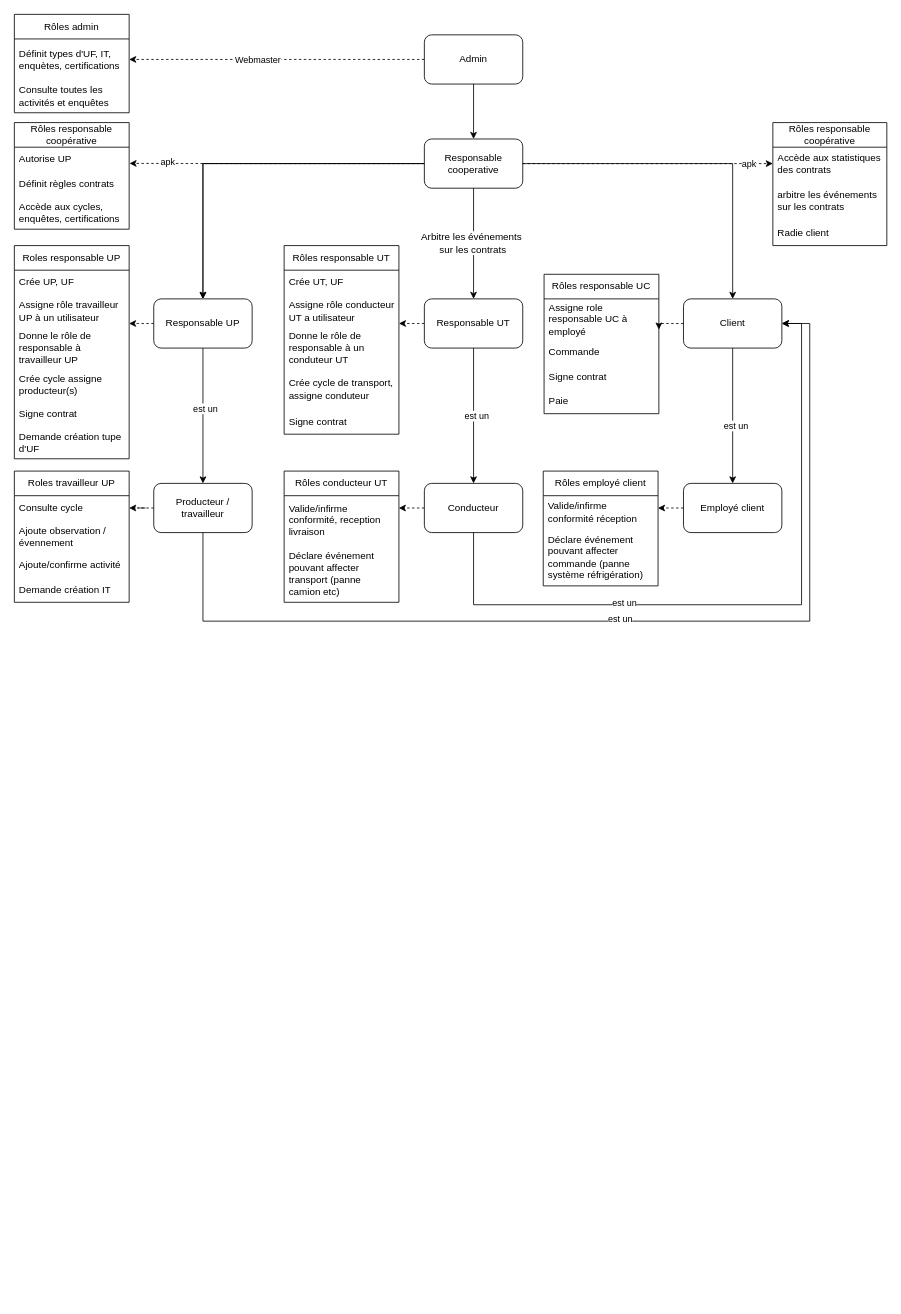
Above: Roles.drawio in agroecomakers/Diagrammes-miCampo (draw.io), before the change. Source tidied: cells renumbered, new cells numbered last; positions are measured from the earlier drawing's top-left corner, leaving out a move shared by most shapes. Both pictures are drawn from the tidied source at 82%, with x=0, y=0 at pixel (14, 14).
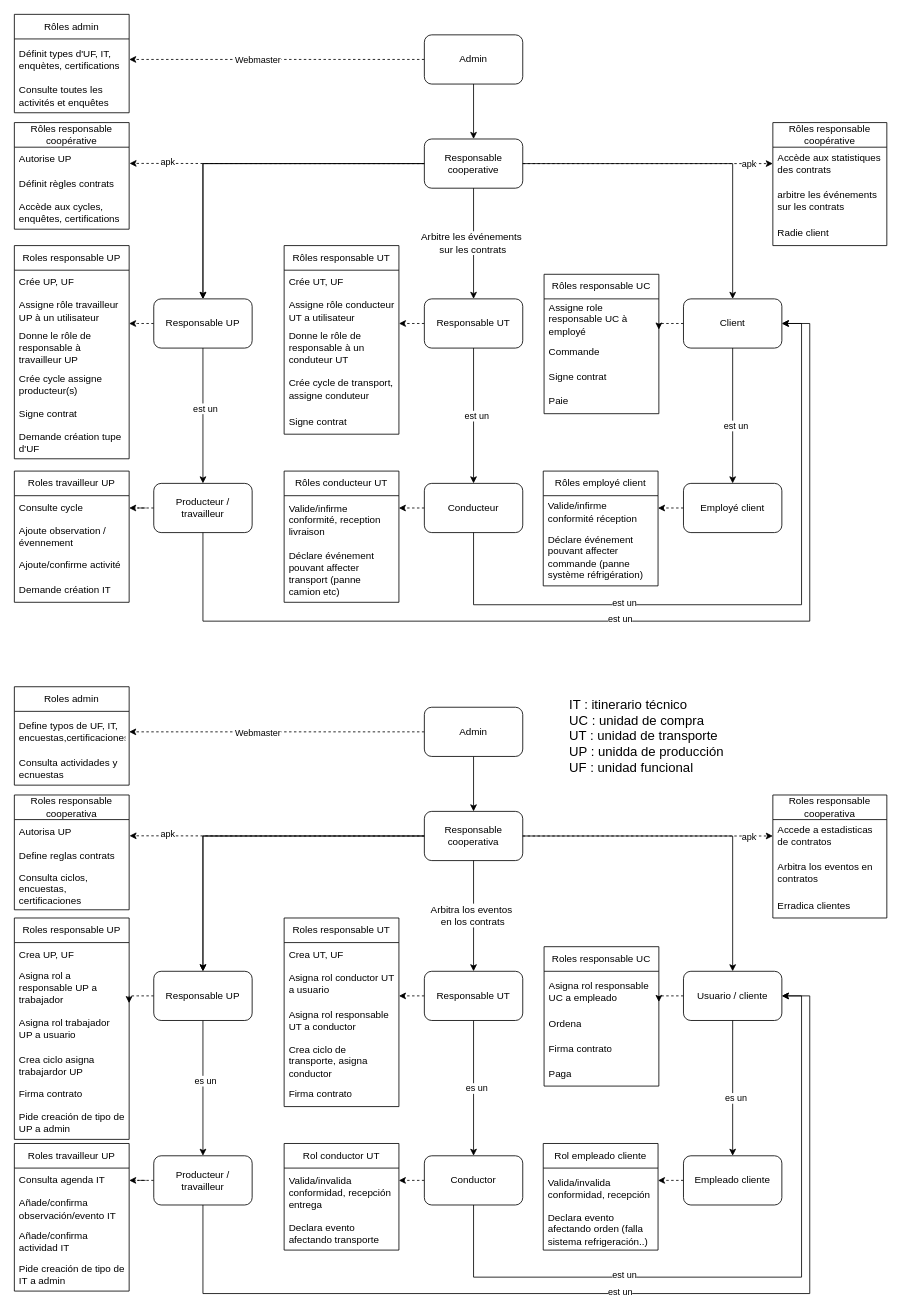
After the change.

Commit message (it also covers changes not shown here):
Mettre à jour Roles.drawio

The edit, as a diff of the source:
```diff
@@
+    <mxCell id="78" style="edgeStyle=orthogonalEdgeStyle;rounded=0;jettySize=auto;html=1;" parent="1" edge="1" source="81" target="85">
+      <mxGeometry relative="1" as="geometry" />
+    </mxCell>
+    <mxCell id="79" style="edgeStyle=orthogonalEdgeStyle;rounded=0;jettySize=auto;html=1;entryX=1;entryY=0.5;entryDx=0;entryDy=0;dashed=1;" parent="1" edge="1" source="81" target="129">
+      <mxGeometry relative="1" as="geometry" />
+    </mxCell>
+    <mxCell id="80" value="Webmaster" style="edgeLabel;html=1;align=center;verticalAlign=middle;" parent="79" vertex="1">
+      <mxGeometry x="0.14" y="5" relative="1" as="geometry">
+        <mxPoint x="1" y="-5" as="offset" />
+      </mxGeometry>
+    </mxCell>
+    <mxCell id="81" value="Admin" style="rounded=1;whiteSpace=wrap;html=1;" parent="1" vertex="1">
+      <mxGeometry x="500" y="845" width="120" height="60" as="geometry" />
+    </mxCell>
+    <mxCell id="82" style="edgeStyle=orthogonalEdgeStyle;rounded=0;jettySize=auto;html=1;dashed=1;entryX=1.003;entryY=0.659;entryDx=0;entryDy=0;entryPerimeter=0;" parent="1" edge="1" source="85" target="125">
+      <mxGeometry relative="1" as="geometry" />
+    </mxCell>
+    <mxCell id="83" value="apk" style="edgeLabel;html=1;align=center;verticalAlign=middle;" parent="82" vertex="1">
+      <mxGeometry x="0.74" y="-2" relative="1" as="geometry">
+        <mxPoint x="-1" as="offset" />
+      </mxGeometry>
+    </mxCell>
+    <mxCell id="84" style="edgeStyle=orthogonalEdgeStyle;rounded=0;jettySize=auto;html=1;entryX=0.5;entryY=0;entryDx=0;entryDy=0;" parent="1" edge="1" source="85" target="91">
+      <mxGeometry relative="1" as="geometry" />
+    </mxCell>
+    <mxCell id="85" value="Responsable cooperativa" style="rounded=1;whiteSpace=wrap;html=1;" parent="1" vertex="1">
+      <mxGeometry x="500" y="972" width="120" height="60" as="geometry" />
+    </mxCell>
+    <mxCell id="86" style="edgeStyle=orthogonalEdgeStyle;rounded=0;jettySize=auto;html=1;exitX=0.5;exitY=1;exitDx=0;exitDy=0;" parent="1" edge="1" source="85" target="96">
+      <mxGeometry relative="1" as="geometry" />
+    </mxCell>
+    <mxCell id="87" value="&lt;div&gt;Arbitra los eventos&amp;nbsp;&lt;/div&gt;&lt;div&gt;en los contrats&lt;/div&gt;" style="edgeLabel;html=1;align=center;verticalAlign=middle;fontSize=12;" parent="86" vertex="1">
+      <mxGeometry x="-0.02" y="-2" relative="1" as="geometry" />
+    </mxCell>
+    <mxCell id="88" style="edgeStyle=orthogonalEdgeStyle;rounded=0;jettySize=auto;html=1;" parent="1" edge="1" source="91" target="100">
+      <mxGeometry relative="1" as="geometry" />
+    </mxCell>
+    <mxCell id="89" value="es un" style="edgeLabel;html=1;align=center;verticalAlign=middle;" parent="88" vertex="1">
+      <mxGeometry x="-0.12" y="2" relative="1" as="geometry" />
+    </mxCell>
+    <mxCell id="90" style="edgeStyle=orthogonalEdgeStyle;rounded=0;jettySize=auto;html=1;dashed=1;exitX=0;exitY=0.5;exitDx=0;exitDy=0;entryX=0.999;entryY=0.876;entryDx=0;entryDy=0;entryPerimeter=0;" parent="1" edge="1" source="91" target="105">
+      <mxGeometry relative="1" as="geometry">
+        <Array as="points">
+          <mxPoint x="150" y="1197" />
+          <mxPoint x="150" y="1197" />
+        </Array>
+      </mxGeometry>
+    </mxCell>
+    <mxCell id="91" value="Responsable UP" style="whiteSpace=wrap;html=1;rounded=1;" parent="1" vertex="1">
+      <mxGeometry x="170" y="1167" width="120" height="60" as="geometry" />
+    </mxCell>
+    <mxCell id="92" style="edgeStyle=orthogonalEdgeStyle;rounded=0;jettySize=auto;html=1;exitX=1;exitY=0.5;exitDx=0;exitDy=0;" parent="1" edge="1" source="85" target="98">
+      <mxGeometry relative="1" as="geometry" />
+    </mxCell>
+    <mxCell id="93" style="edgeStyle=orthogonalEdgeStyle;rounded=0;jettySize=auto;html=1;" parent="1" edge="1" source="96" target="102">
+      <mxGeometry relative="1" as="geometry" />
+    </mxCell>
+    <mxCell id="94" value="es un" style="edgeLabel;html=1;align=center;verticalAlign=middle;" parent="93" vertex="1">
+      <mxGeometry x="-0.01" y="3" relative="1" as="geometry" />
+    </mxCell>
+    <mxCell id="95" style="edgeStyle=orthogonalEdgeStyle;rounded=0;jettySize=auto;html=1;entryX=1;entryY=0.5;entryDx=0;entryDy=0;dashed=1;exitX=0;exitY=0.5;exitDx=0;exitDy=0;" parent="1" edge="1" source="96">
+      <mxGeometry relative="1" as="geometry">
+        <mxPoint x="469" y="1197" as="targetPoint" />
+        <Array as="points">
+          <mxPoint x="480" y="1197" />
+          <mxPoint x="480" y="1197" />
+        </Array>
+      </mxGeometry>
+    </mxCell>
+    <mxCell id="96" value="Responsable UT" style="whiteSpace=wrap;html=1;rounded=1;" parent="1" vertex="1">
+      <mxGeometry x="500" y="1167" width="120" height="60" as="geometry" />
+    </mxCell>
+    <mxCell id="97" style="edgeStyle=orthogonalEdgeStyle;rounded=0;jettySize=auto;html=1;exitX=0;exitY=0.5;exitDx=0;exitDy=0;dashed=1;entryX=1;entryY=0.748;entryDx=0;entryDy=0;entryPerimeter=0;" parent="1" edge="1" source="98" target="133">
+      <mxGeometry relative="1" as="geometry" />
+    </mxCell>
+    <mxCell id="98" value="Usuario / cliente" style="whiteSpace=wrap;html=1;rounded=1;" parent="1" vertex="1">
+      <mxGeometry x="816" y="1167" width="120" height="60" as="geometry" />
+    </mxCell>
+    <mxCell id="99" style="edgeStyle=orthogonalEdgeStyle;rounded=0;jettySize=auto;html=1;entryX=1;entryY=0.5;entryDx=0;entryDy=0;dashed=1;" parent="1" edge="1" source="100" target="111">
+      <mxGeometry relative="1" as="geometry" />
+    </mxCell>
+    <mxCell id="100" value="Producteur / travailleur" style="whiteSpace=wrap;html=1;rounded=1;" parent="1" vertex="1">
+      <mxGeometry x="170" y="1392" width="120" height="60" as="geometry" />
+    </mxCell>
+    <mxCell id="101" style="edgeStyle=orthogonalEdgeStyle;rounded=0;jettySize=auto;html=1;entryX=0.999;entryY=0.251;entryDx=0;entryDy=0;dashed=1;entryPerimeter=0;" parent="1" edge="1" source="102" target="122">
+      <mxGeometry relative="1" as="geometry" />
+    </mxCell>
+    <mxCell id="102" value="Conductor" style="whiteSpace=wrap;html=1;rounded=1;" parent="1" vertex="1">
+      <mxGeometry x="500" y="1392" width="120" height="60" as="geometry" />
+    </mxCell>
+    <mxCell id="103" value="Roles responsable UP" style="swimlane;fontStyle=0;horizontal=1;startSize=30;whiteSpace=wrap;html=1;" parent="1" vertex="1">
+      <mxGeometry y="1102" width="140" height="270" as="geometry" />
+    </mxCell>
+    <mxCell id="104" value="Crea UP, UF" style="text;strokeColor=none;fillColor=none;align=left;verticalAlign=middle;spacingLeft=4;spacingRight=4;overflow=hidden;whiteSpace=wrap;html=1;" parent="103" vertex="1">
+      <mxGeometry y="30" width="140" height="30" as="geometry" />
+    </mxCell>
+    <mxCell id="105" value="Asigna rol a responsable UP a trabajador" style="text;strokeColor=none;fillColor=none;align=left;verticalAlign=middle;spacingLeft=4;spacingRight=4;overflow=hidden;points=[[0,0.5],[1,0.5]];portConstraint=eastwest;whiteSpace=wrap;html=1;" parent="103" vertex="1">
+      <mxGeometry y="60" width="140" height="50" as="geometry" />
+    </mxCell>
+    <mxCell id="106" value="Asigna rol trabajador UP a usuario" style="text;strokeColor=none;fillColor=none;align=left;verticalAlign=middle;spacingLeft=4;spacingRight=4;overflow=hidden;whiteSpace=wrap;html=1;" parent="103" vertex="1">
+      <mxGeometry y="110" width="140" height="50" as="geometry" />
+    </mxCell>
+    <mxCell id="107" value="Crea ciclo asigna trabajardor UP" style="text;strokeColor=none;fillColor=none;align=left;verticalAlign=middle;spacingLeft=4;spacingRight=4;overflow=hidden;whiteSpace=wrap;html=1;" parent="103" vertex="1">
+      <mxGeometry y="160" width="140" height="40" as="geometry" />
+    </mxCell>
+    <mxCell id="108" value="Firma contrato" style="text;strokeColor=none;fillColor=none;align=left;verticalAlign=middle;spacingLeft=4;spacingRight=4;overflow=hidden;whiteSpace=wrap;html=1;" parent="103" vertex="1">
+      <mxGeometry y="200" width="140" height="30" as="geometry" />
+    </mxCell>
+    <mxCell id="109" value="Pide creación de tipo de UP a admin" style="text;strokeColor=none;fillColor=none;align=left;verticalAlign=middle;spacingLeft=4;spacingRight=4;overflow=hidden;whiteSpace=wrap;html=1;" parent="103" vertex="1">
+      <mxGeometry y="230" width="140" height="40" as="geometry" />
+    </mxCell>
+    <mxCell id="110" value="Roles travailleur UP" style="swimlane;fontStyle=0;horizontal=1;startSize=30;whiteSpace=wrap;html=1;" parent="1" vertex="1">
+      <mxGeometry y="1377" width="140" height="180" as="geometry" />
+    </mxCell>
+    <mxCell id="111" value="Consulta agenda IT" style="text;strokeColor=none;fillColor=none;align=left;verticalAlign=middle;spacingLeft=4;spacingRight=4;overflow=hidden;points=[[0,0.5],[1,0.5]];portConstraint=eastwest;whiteSpace=wrap;html=1;" parent="110" vertex="1">
+      <mxGeometry y="30" width="140" height="30" as="geometry" />
+    </mxCell>
+    <mxCell id="112" value="Añade/confirma observación/evento IT" style="text;strokeColor=none;fillColor=none;align=left;verticalAlign=middle;spacingLeft=4;spacingRight=4;overflow=hidden;whiteSpace=wrap;html=1;" parent="110" vertex="1">
+      <mxGeometry y="60" width="140" height="40" as="geometry" />
+    </mxCell>
+    <mxCell id="113" value="Añade/confirma actividad IT" style="text;strokeColor=none;fillColor=none;align=left;verticalAlign=middle;spacingLeft=4;spacingRight=4;overflow=hidden;whiteSpace=wrap;html=1;" parent="110" vertex="1">
+      <mxGeometry y="100" width="140" height="40" as="geometry" />
+    </mxCell>
+    <mxCell id="114" value="Pide creación de tipo de IT a admin" style="text;strokeColor=none;fillColor=none;align=left;verticalAlign=middle;spacingLeft=4;spacingRight=4;overflow=hidden;whiteSpace=wrap;html=1;" parent="110" vertex="1">
+      <mxGeometry y="140" width="140" height="40" as="geometry" />
+    </mxCell>
+    <mxCell id="115" value="Roles responsable UT" style="swimlane;fontStyle=0;horizontal=1;startSize=30;whiteSpace=wrap;html=1;" parent="1" vertex="1">
+      <mxGeometry x="329" y="1102" width="140" height="230" as="geometry" />
+    </mxCell>
+    <mxCell id="116" value="Crea UT, UF" style="text;strokeColor=none;fillColor=none;align=left;verticalAlign=middle;spacingLeft=4;spacingRight=4;overflow=hidden;whiteSpace=wrap;html=1;" parent="115" vertex="1">
+      <mxGeometry y="30" width="140" height="30" as="geometry" />
+    </mxCell>
+    <mxCell id="117" value="Asigna rol conductor UT a usuario" style="text;strokeColor=none;fillColor=none;align=left;verticalAlign=middle;spacingLeft=4;spacingRight=4;overflow=hidden;whiteSpace=wrap;html=1;" parent="115" vertex="1">
+      <mxGeometry y="60" width="140" height="40" as="geometry" />
+    </mxCell>
+    <mxCell id="118" value="Asigna rol responsable UT a conductor" style="text;strokeColor=none;fillColor=none;align=left;verticalAlign=middle;spacingLeft=4;spacingRight=4;overflow=hidden;whiteSpace=wrap;html=1;" parent="115" vertex="1">
+      <mxGeometry y="100" width="140" height="50" as="geometry" />
+    </mxCell>
+    <mxCell id="119" value="Crea ciclo de transporte, asigna conductor" style="text;strokeColor=none;fillColor=none;align=left;verticalAlign=middle;spacingLeft=4;spacingRight=4;overflow=hidden;whiteSpace=wrap;html=1;" parent="115" vertex="1">
+      <mxGeometry y="150" width="140" height="50" as="geometry" />
+    </mxCell>
+    <mxCell id="120" value="Firma contrato" style="text;strokeColor=none;fillColor=none;align=left;verticalAlign=middle;spacingLeft=4;spacingRight=4;overflow=hidden;whiteSpace=wrap;html=1;" parent="115" vertex="1">
+      <mxGeometry y="200" width="140" height="30" as="geometry" />
+    </mxCell>
+    <mxCell id="121" value="Rol conductor UT" style="swimlane;fontStyle=0;horizontal=1;startSize=30;whiteSpace=wrap;html=1;" parent="1" vertex="1">
+      <mxGeometry x="329" y="1377" width="140" height="130" as="geometry" />
+    </mxCell>
+    <mxCell id="122" value="Valida/invalida conformidad, recepción entrega" style="text;strokeColor=none;fillColor=none;align=left;verticalAlign=middle;spacingLeft=4;spacingRight=4;overflow=hidden;points=[[0,0.5],[1,0.5]];portConstraint=eastwest;whiteSpace=wrap;html=1;" parent="121" vertex="1">
+      <mxGeometry y="30" width="140" height="60" as="geometry" />
+    </mxCell>
+    <mxCell id="123" value="Declara evento afectando transporte" style="text;strokeColor=none;fillColor=none;align=left;verticalAlign=middle;spacingLeft=4;spacingRight=4;overflow=hidden;whiteSpace=wrap;html=1;" parent="121" vertex="1">
+      <mxGeometry y="90" width="140" height="40" as="geometry" />
+    </mxCell>
+    <mxCell id="124" value="Roles responsable cooperativa" style="swimlane;fontStyle=0;horizontal=1;startSize=30;whiteSpace=wrap;html=1;" parent="1" vertex="1">
+      <mxGeometry y="952" width="140" height="140" as="geometry" />
+    </mxCell>
+    <mxCell id="125" value="Autorisa UP" style="text;strokeColor=none;fillColor=none;align=left;verticalAlign=middle;spacingLeft=4;spacingRight=4;overflow=hidden;points=[[0,0.5],[1,0.5]];portConstraint=eastwest;whiteSpace=wrap;html=1;" parent="124" vertex="1">
+      <mxGeometry y="30" width="140" height="30" as="geometry" />
+    </mxCell>
+    <mxCell id="126" value="Define reglas contrats" style="text;strokeColor=none;fillColor=none;align=left;verticalAlign=middle;spacingLeft=4;spacingRight=4;overflow=hidden;whiteSpace=wrap;html=1;" parent="124" vertex="1">
+      <mxGeometry y="60" width="140" height="30" as="geometry" />
+    </mxCell>
+    <mxCell id="127" value="&lt;div&gt;Consulta ciclos, encuestas, certificaciones&lt;/div&gt;" style="text;strokeColor=none;fillColor=none;align=left;verticalAlign=middle;spacingLeft=4;spacingRight=4;overflow=hidden;whiteSpace=wrap;html=1;" parent="124" vertex="1">
+      <mxGeometry y="90" width="140" height="50" as="geometry" />
+    </mxCell>
+    <mxCell id="128" value="Roles admin" style="swimlane;fontStyle=0;horizontal=1;startSize=30;whiteSpace=wrap;html=1;" parent="1" vertex="1">
+      <mxGeometry y="820" width="140" height="120" as="geometry" />
+    </mxCell>
+    <mxCell id="129" value="Define typos de UF, IT, encuestas,certificaciones" style="text;strokeColor=none;fillColor=none;align=left;verticalAlign=middle;spacingLeft=4;spacingRight=4;overflow=hidden;points=[[0,0.5],[1,0.5]];portConstraint=eastwest;whiteSpace=wrap;html=1;" parent="128" vertex="1">
+      <mxGeometry y="30" width="140" height="50" as="geometry" />
+    </mxCell>
+    <mxCell id="130" value="Consulta actividades y ecnuestas" style="text;strokeColor=none;fillColor=none;align=left;verticalAlign=middle;spacingLeft=4;spacingRight=4;overflow=hidden;whiteSpace=wrap;html=1;" parent="128" vertex="1">
+      <mxGeometry y="80" width="140" height="40" as="geometry" />
+    </mxCell>
+    <mxCell id="131" style="edgeStyle=orthogonalEdgeStyle;rounded=0;jettySize=auto;html=1;entryX=0.5;entryY=0;entryDx=0;entryDy=0;exitX=0;exitY=0.5;exitDx=0;exitDy=0;" parent="1" edge="1" source="85" target="91">
+      <mxGeometry relative="1" as="geometry" />
+    </mxCell>
+    <mxCell id="132" value="Roles responsable UC" style="swimlane;fontStyle=0;horizontal=1;startSize=30;whiteSpace=wrap;html=1;" parent="1" vertex="1">
+      <mxGeometry x="646" y="1137" width="140" height="170" as="geometry" />
+    </mxCell>
+    <mxCell id="133" value="Asigna rol responsable UC a empleado" style="text;strokeColor=none;fillColor=none;align=left;verticalAlign=middle;spacingLeft=4;spacingRight=4;overflow=hidden;points=[[0,0.5],[1,0.5]];portConstraint=eastwest;whiteSpace=wrap;html=1;" parent="132" vertex="1">
+      <mxGeometry y="30" width="140" height="50" as="geometry" />
+    </mxCell>
+    <mxCell id="134" value="Ordena" style="text;strokeColor=none;fillColor=none;align=left;verticalAlign=middle;spacingLeft=4;spacingRight=4;overflow=hidden;whiteSpace=wrap;html=1;" parent="132" vertex="1">
+      <mxGeometry y="80" width="140" height="30" as="geometry" />
+    </mxCell>
+    <mxCell id="135" value="Firma contrato" style="text;strokeColor=none;fillColor=none;align=left;verticalAlign=middle;spacingLeft=4;spacingRight=4;overflow=hidden;whiteSpace=wrap;html=1;" parent="132" vertex="1">
+      <mxGeometry y="110" width="140" height="30" as="geometry" />
+    </mxCell>
+    <mxCell id="136" value="Paga" style="text;strokeColor=none;fillColor=none;align=left;verticalAlign=middle;spacingLeft=4;spacingRight=4;overflow=hidden;whiteSpace=wrap;html=1;" parent="132" vertex="1">
+      <mxGeometry y="140" width="140" height="30" as="geometry" />
+    </mxCell>
+    <mxCell id="137" style="edgeStyle=orthogonalEdgeStyle;rounded=0;jettySize=auto;html=1;" parent="1" edge="1" source="98" target="140">
+      <mxGeometry relative="1" as="geometry" />
+    </mxCell>
+    <mxCell id="138" value="es un" style="edgeLabel;html=1;align=center;verticalAlign=middle;" parent="137" vertex="1">
+      <mxGeometry x="-0.01" y="3" relative="1" as="geometry">
+        <mxPoint y="12" as="offset" />
+      </mxGeometry>
+    </mxCell>
+    <mxCell id="139" style="edgeStyle=orthogonalEdgeStyle;rounded=0;jettySize=auto;html=1;entryX=0.999;entryY=0.251;entryDx=0;entryDy=0;dashed=1;entryPerimeter=0;" parent="1" edge="1" source="140">
+      <mxGeometry relative="1" as="geometry">
+        <mxPoint x="784.9" y="1422.1" as="targetPoint" />
+      </mxGeometry>
+    </mxCell>
+    <mxCell id="140" value="Empleado cliente" style="whiteSpace=wrap;html=1;rounded=1;" parent="1" vertex="1">
+      <mxGeometry x="816" y="1392" width="120" height="60" as="geometry" />
+    </mxCell>
+    <mxCell id="141" value="Rol empleado cliente" style="swimlane;fontStyle=0;horizontal=1;startSize=30;whiteSpace=wrap;html=1;" parent="1" vertex="1">
+      <mxGeometry x="645" y="1377" width="140" height="130" as="geometry" />
+    </mxCell>
+    <mxCell id="142" value="Valida/invalida conformidad, recepción&amp;nbsp;" style="text;strokeColor=none;fillColor=none;align=left;verticalAlign=middle;spacingLeft=4;spacingRight=4;overflow=hidden;whiteSpace=wrap;html=1;" parent="141" vertex="1">
+      <mxGeometry y="30" width="140" height="50" as="geometry" />
+    </mxCell>
+    <mxCell id="143" value="Declara evento afectando orden (falla sistema refrigeración..)" style="text;strokeColor=none;fillColor=none;align=left;verticalAlign=middle;spacingLeft=4;spacingRight=4;overflow=hidden;whiteSpace=wrap;html=1;" parent="141" vertex="1">
+      <mxGeometry y="80" width="140" height="50" as="geometry" />
+    </mxCell>
+    <mxCell id="144" style="edgeStyle=orthogonalEdgeStyle;rounded=0;jettySize=auto;html=1;exitX=0.5;exitY=1;exitDx=0;exitDy=0;entryX=1;entryY=0.5;entryDx=0;entryDy=0;" parent="1" edge="1" source="100" target="98">
+      <mxGeometry relative="1" as="geometry">
+        <Array as="points">
+          <mxPoint x="230" y="1560" />
+          <mxPoint x="970" y="1560" />
+          <mxPoint x="970" y="1197" />
+        </Array>
+      </mxGeometry>
+    </mxCell>
+    <mxCell id="145" value="est un" style="edgeLabel;html=1;align=center;verticalAlign=middle;" parent="144" vertex="1">
+      <mxGeometry x="-0.01" y="3" relative="1" as="geometry" />
+    </mxCell>
+    <mxCell id="146" style="edgeStyle=orthogonalEdgeStyle;rounded=0;jettySize=auto;html=1;exitX=0.5;exitY=1;exitDx=0;exitDy=0;entryX=1;entryY=0.5;entryDx=0;entryDy=0;" parent="1" edge="1" source="102" target="98">
+      <mxGeometry relative="1" as="geometry">
+        <Array as="points">
+          <mxPoint x="560" y="1540" />
+          <mxPoint x="960" y="1540" />
+          <mxPoint x="960" y="1197" />
+        </Array>
+      </mxGeometry>
+    </mxCell>
+    <mxCell id="147" value="est un" style="edgeLabel;html=1;align=center;verticalAlign=middle;" parent="146" vertex="1">
+      <mxGeometry x="-0.01" y="3" relative="1" as="geometry">
+        <mxPoint x="-152" as="offset" />
+      </mxGeometry>
+    </mxCell>
+    <mxCell id="148" value="Roles responsable cooperativa" style="swimlane;fontStyle=0;horizontal=1;startSize=30;whiteSpace=wrap;html=1;" parent="1" vertex="1">
+      <mxGeometry x="925" y="952" width="139" height="150" as="geometry" />
+    </mxCell>
+    <mxCell id="149" value="&lt;div&gt;Accede a estadisticas de contratos&lt;/div&gt;" style="text;strokeColor=none;fillColor=none;align=left;verticalAlign=middle;spacingLeft=4;spacingRight=4;overflow=hidden;points=[[0,0.5],[1,0.5]];portConstraint=eastwest;whiteSpace=wrap;html=1;" parent="148" vertex="1">
+      <mxGeometry y="30" width="139" height="40" as="geometry" />
+    </mxCell>
+    <mxCell id="150" value="Arbitra los eventos en contratos" style="text;strokeColor=none;fillColor=none;align=left;verticalAlign=middle;spacingLeft=4;spacingRight=4;overflow=hidden;whiteSpace=wrap;html=1;" parent="148" vertex="1">
+      <mxGeometry y="70" width="139" height="50" as="geometry" />
+    </mxCell>
+    <mxCell id="151" value="Erradica clientes" style="text;strokeColor=none;fillColor=none;align=left;verticalAlign=middle;spacingLeft=4;spacingRight=4;overflow=hidden;whiteSpace=wrap;html=1;" parent="148" vertex="1">
+      <mxGeometry y="120" width="139" height="30" as="geometry" />
+    </mxCell>
+    <mxCell id="152" style="edgeStyle=orthogonalEdgeStyle;rounded=0;jettySize=auto;html=1;dashed=1;entryX=0;entryY=0.5;entryDx=0;entryDy=0;exitX=1;exitY=0.5;exitDx=0;exitDy=0;" parent="1" edge="1" source="85" target="149">
+      <mxGeometry relative="1" as="geometry" />
+    </mxCell>
+    <mxCell id="153" value="apk" style="edgeLabel;html=1;align=center;verticalAlign=middle;" parent="152" vertex="1">
+      <mxGeometry x="0.74" y="-2" relative="1" as="geometry">
+        <mxPoint x="10" y="-2" as="offset" />
+      </mxGeometry>
+    </mxCell>
+    <mxCell id="154" value="&lt;div&gt;IT : itinerario técnico&lt;/div&gt;&lt;div&gt;&lt;div&gt;UC : unidad de compra&lt;/div&gt;&lt;div&gt;&lt;div&gt;UT : unidad de transporte&lt;/div&gt;&lt;/div&gt;UP : unidda de producción&lt;/div&gt;&lt;div&gt;UF : unidad funcional&lt;/div&gt;" style="text;html=1;whiteSpace=wrap;strokeColor=none;fillColor=none;align=left;verticalAlign=middle;rounded=0;fontSize=16;" parent="1" vertex="1">
+      <mxGeometry x="675" y="835" width="230" height="90" as="geometry" />
+    </mxCell>
```
